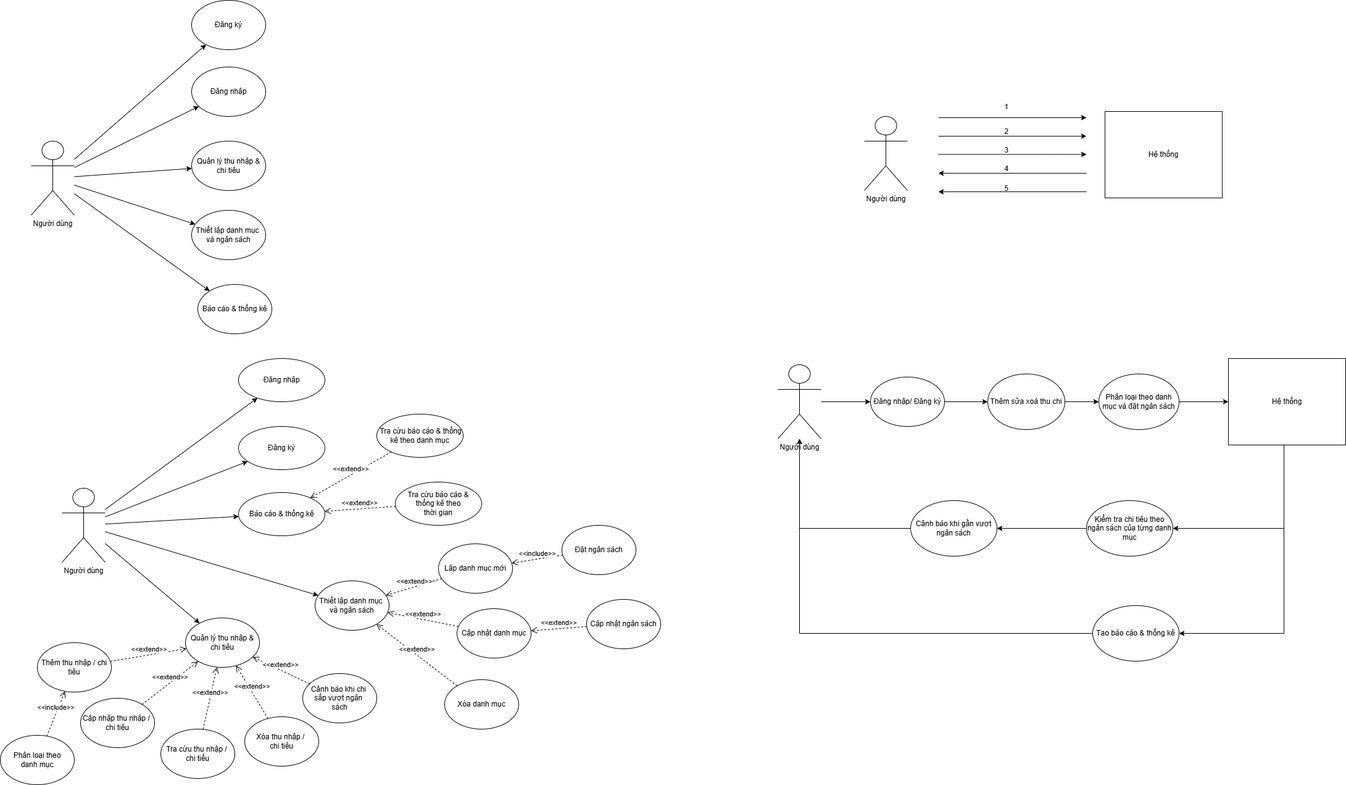
Earlier version of the draw.io export QuanLyChiTieuCN.drawio.png (huyga1185/quanLyKTX_22CT4). Source tidied: cells renumbered, new cells last; positions are measured from the earlier drawing's top-left corner, leaving out a move shared by most shapes.
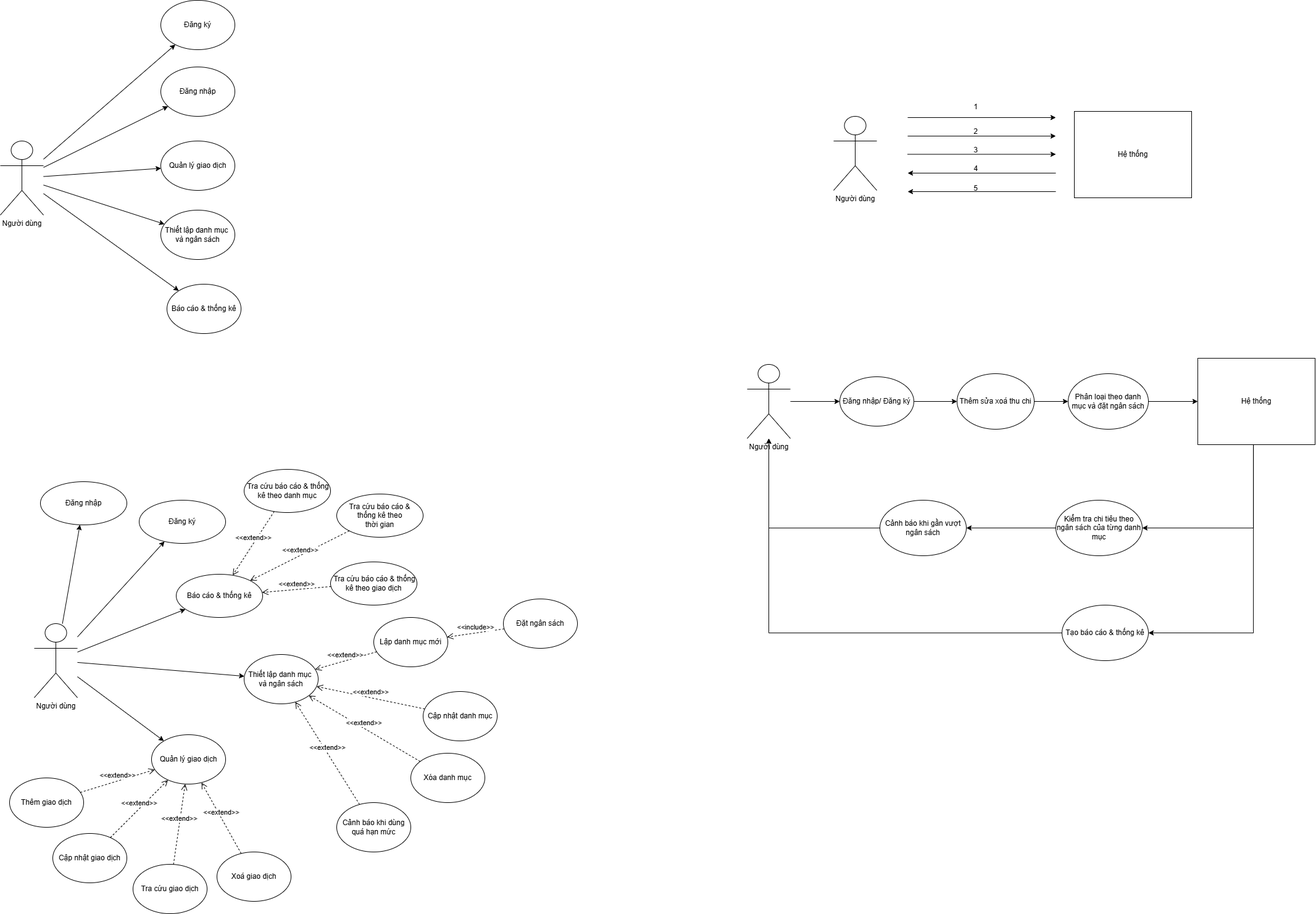
After the change.

What changed in the source:
```diff
@@ -118,7 +118,7 @@
     <mxCell id="32" value="Đăng nhập" style="ellipse;whiteSpace=wrap;html=1;" parent="1" vertex="1">
       <mxGeometry x="310" y="108" width="120" height="80" as="geometry" />
     </mxCell>
-    <mxCell id="33" value="Quản lý thu nhập &amp;amp;&lt;br&gt;chi tiêu" style="ellipse;whiteSpace=wrap;html=1;" parent="1" vertex="1">
+    <mxCell id="33" value="Quản lý giao dịch" style="ellipse;whiteSpace=wrap;html=1;" parent="1" vertex="1">
       <mxGeometry x="310" y="228" width="120" height="80" as="geometry" />
     </mxCell>
     <mxCell id="34" value="Thiết lập danh mục&amp;nbsp;&lt;br&gt;và ngân sách" style="ellipse;whiteSpace=wrap;html=1;" parent="1" vertex="1">
@@ -146,47 +146,41 @@
       <mxGeometry relative="1" as="geometry" />
     </mxCell>
     <mxCell id="42" value="Người dùng" style="shape=umlActor;verticalLabelPosition=bottom;verticalAlign=top;html=1;outlineConnect=0;" parent="1" vertex="1">
-      <mxGeometry x="100" y="790" width="70" height="120" as="geometry" />
+      <mxGeometry x="105" y="1010" width="70" height="120" as="geometry" />
     </mxCell>
-    <mxCell id="43" value="Quản lý thu nhập &amp;amp;&lt;br&gt;chi tiêu" style="ellipse;whiteSpace=wrap;html=1;" parent="1" vertex="1">
-      <mxGeometry x="300" y="1000" width="120" height="80" as="geometry" />
+    <mxCell id="43" value="Quản lý giao dịch" style="ellipse;whiteSpace=wrap;html=1;" parent="1" vertex="1">
+      <mxGeometry x="295" y="1190" width="120" height="80" as="geometry" />
     </mxCell>
     <mxCell id="44" value="Thiết lập danh mục&amp;nbsp;&lt;br&gt;và ngân sách" style="ellipse;whiteSpace=wrap;html=1;" parent="1" vertex="1">
-      <mxGeometry x="510" y="940" width="120" height="80" as="geometry" />
+      <mxGeometry x="445" y="1060" width="120" height="80" as="geometry" />
     </mxCell>
     <mxCell id="45" style="endArrow=classic;html=1;rounded=0;" parent="1" edge="1" source="42" target="44">
       <mxGeometry relative="1" as="geometry" />
     </mxCell>
     <mxCell id="46" value="Lập danh mục mới" style="ellipse;whiteSpace=wrap;html=1;" parent="1" vertex="1">
-      <mxGeometry x="710" y="880" width="120" height="80" as="geometry" />
+      <mxGeometry x="655" y="1000" width="120" height="80" as="geometry" />
     </mxCell>
     <mxCell id="47" value="Đặt ngân sách" style="ellipse;whiteSpace=wrap;html=1;" parent="1" vertex="1">
-      <mxGeometry x="910" y="850" width="120" height="80" as="geometry" />
+      <mxGeometry x="865" y="970" width="120" height="80" as="geometry" />
     </mxCell>
-    <mxCell id="48" value="Thêm thu nhập / chi tiêu" style="ellipse;whiteSpace=wrap;html=1;" parent="1" vertex="1">
-      <mxGeometry x="60" y="1040" width="120" height="80" as="geometry" />
+    <mxCell id="48" value="Thêm giao dịch" style="ellipse;whiteSpace=wrap;html=1;" parent="1" vertex="1">
+      <mxGeometry x="65" y="1260" width="120" height="80" as="geometry" />
     </mxCell>
     <mxCell id="49" style="endArrow=classic;html=1;rounded=0;" parent="1" edge="1" source="42" target="43">
       <mxGeometry relative="1" as="geometry" />
     </mxCell>
-    <mxCell id="50" value="Cập nhập thu nhập /&amp;nbsp;&lt;br&gt;chi tiêu" style="ellipse;whiteSpace=wrap;html=1;" parent="1" vertex="1">
-      <mxGeometry x="130" y="1130" width="120" height="80" as="geometry" />
+    <mxCell id="50" value="Cập nhật giao dịch" style="ellipse;whiteSpace=wrap;html=1;" parent="1" vertex="1">
+      <mxGeometry x="135" y="1350" width="120" height="80" as="geometry" />
     </mxCell>
-    <mxCell id="51" value="Tra cứu thu nhập /&amp;nbsp;&lt;br&gt;chi tiếu" style="ellipse;whiteSpace=wrap;html=1;" parent="1" vertex="1">
-      <mxGeometry x="260" y="1180" width="120" height="80" as="geometry" />
+    <mxCell id="51" value="Tra cứu giao dịch" style="ellipse;whiteSpace=wrap;html=1;" parent="1" vertex="1">
+      <mxGeometry x="265" y="1400" width="120" height="80" as="geometry" />
     </mxCell>
-    <mxCell id="52" value="Xóa thu nhập /&amp;nbsp;&lt;br&gt;chi tiêu" style="ellipse;whiteSpace=wrap;html=1;" parent="1" vertex="1">
-      <mxGeometry x="396" y="1160" width="120" height="80" as="geometry" />
+    <mxCell id="52" value="Xoá giao dịch" style="ellipse;whiteSpace=wrap;html=1;" parent="1" vertex="1">
+      <mxGeometry x="401" y="1380" width="120" height="80" as="geometry" />
     </mxCell>
-    <mxCell id="53" value="Phân loại theo&lt;br&gt;danh mục" style="ellipse;whiteSpace=wrap;html=1;" parent="1" vertex="1">
-      <mxGeometry y="1190" width="120" height="80" as="geometry" />
-    </mxCell>
     <mxCell id="54" value="&amp;lt;&amp;lt;extend&amp;gt;&amp;gt;" style="html=1;verticalAlign=bottom;endArrow=open;dashed=1;endSize=8;curved=0;rounded=0;" parent="1" edge="1" source="51" target="43">
       <mxGeometry relative="1" as="geometry" />
     </mxCell>
-    <mxCell id="55" value="&amp;lt;&amp;lt;include&amp;gt;&amp;gt;" style="html=1;verticalAlign=bottom;endArrow=open;dashed=1;endSize=8;curved=0;rounded=0;" parent="1" edge="1" source="53" target="48">
-      <mxGeometry relative="1" as="geometry" />
-    </mxCell>
     <mxCell id="56" value="&amp;lt;&amp;lt;extend&amp;gt;&amp;gt;" style="html=1;verticalAlign=bottom;endArrow=open;dashed=1;endSize=8;curved=0;rounded=0;" parent="1" edge="1" source="50" target="43">
       <mxGeometry relative="1" as="geometry" />
     </mxCell>
@@ -203,19 +197,19 @@
       <mxGeometry relative="1" as="geometry" />
     </mxCell>
     <mxCell id="61" value="Đăng nhập" style="ellipse;whiteSpace=wrap;html=1;" parent="1" vertex="1">
-      <mxGeometry x="386" y="580" width="140" height="70" as="geometry" />
+      <mxGeometry x="115" y="780" width="140" height="70" as="geometry" />
     </mxCell>
     <mxCell id="62" value="Đăng ký" style="ellipse;whiteSpace=wrap;html=1;" parent="1" vertex="1">
-      <mxGeometry x="386" y="690" width="140" height="70" as="geometry" />
+      <mxGeometry x="275" y="810" width="140" height="70" as="geometry" />
     </mxCell>
     <mxCell id="63" value="Báo cáo &amp;amp; thống kê" style="ellipse;whiteSpace=wrap;html=1;" parent="1" vertex="1">
-      <mxGeometry x="386" y="797" width="140" height="70" as="geometry" />
+      <mxGeometry x="335" y="930" width="140" height="70" as="geometry" />
     </mxCell>
     <mxCell id="64" value="Tra cứu báo cáo &amp;amp; &lt;br&gt;thống kê theo&lt;br&gt;thời gian" style="ellipse;whiteSpace=wrap;html=1;" parent="1" vertex="1">
-      <mxGeometry x="640" y="780" width="140" height="70" as="geometry" />
+      <mxGeometry x="595" y="800" width="140" height="70" as="geometry" />
     </mxCell>
     <mxCell id="65" value="&amp;nbsp;Tra cứu báo cáo &amp;amp; thống kê theo danh mục" style="ellipse;whiteSpace=wrap;html=1;" parent="1" vertex="1">
-      <mxGeometry x="610" y="670" width="140" height="70" as="geometry" />
+      <mxGeometry x="445" y="760" width="140" height="70" as="geometry" />
     </mxCell>
     <mxCell id="66" style="endArrow=classic;html=1;rounded=0;" parent="1" edge="1" source="42" target="63">
       <mxGeometry relative="1" as="geometry" />
@@ -233,28 +227,28 @@
       <mxGeometry relative="1" as="geometry" />
     </mxCell>
     <mxCell id="71" value="Cập nhật danh mục" style="ellipse;whiteSpace=wrap;html=1;" parent="1" vertex="1">
-      <mxGeometry x="740" y="985" width="120" height="80" as="geometry" />
+      <mxGeometry x="735" y="1120" width="120" height="80" as="geometry" />
     </mxCell>
-    <mxCell id="72" value="Cập nhật ngân sách" style="ellipse;whiteSpace=wrap;html=1;" parent="1" vertex="1">
-      <mxGeometry x="950" y="970" width="120" height="80" as="geometry" />
-    </mxCell>
     <mxCell id="73" value="&amp;lt;&amp;lt;extend&amp;gt;&amp;gt;" style="html=1;verticalAlign=bottom;endArrow=open;dashed=1;endSize=8;curved=0;rounded=0;" parent="1" edge="1" source="71" target="44">
       <mxGeometry relative="1" as="geometry" />
     </mxCell>
-    <mxCell id="74" value="&amp;lt;&amp;lt;extend&amp;gt;&amp;gt;" style="html=1;verticalAlign=bottom;endArrow=open;dashed=1;endSize=8;curved=0;rounded=0;" parent="1" edge="1" source="72" target="71">
-      <mxGeometry relative="1" as="geometry" />
-    </mxCell>
     <mxCell id="75" value="Xóa danh mục" style="ellipse;whiteSpace=wrap;html=1;" parent="1" vertex="1">
-      <mxGeometry x="720" y="1100" width="120" height="80" as="geometry" />
+      <mxGeometry x="715" y="1220" width="120" height="80" as="geometry" />
     </mxCell>
     <mxCell id="76" value="&amp;lt;&amp;lt;extend&amp;gt;&amp;gt;" style="html=1;verticalAlign=bottom;endArrow=open;dashed=1;endSize=8;curved=0;rounded=0;" parent="1" edge="1" source="75" target="44">
       <mxGeometry relative="1" as="geometry" />
     </mxCell>
-    <mxCell id="77" value="Cảnh báo khi chi&amp;nbsp;&lt;br&gt;sắp vượt ngân&amp;nbsp;&lt;br&gt;sách" style="ellipse;whiteSpace=wrap;html=1;" parent="1" vertex="1">
-      <mxGeometry x="490" y="1090" width="120" height="80" as="geometry" />
+    <mxCell id="77" value="Cảnh báo khi dùng&lt;br&gt;quá hạn mức" style="ellipse;whiteSpace=wrap;html=1;" parent="1" vertex="1">
+      <mxGeometry x="595" y="1300" width="120" height="80" as="geometry" />
     </mxCell>
-    <mxCell id="78" value="&amp;lt;&amp;lt;extend&amp;gt;&amp;gt;" style="html=1;verticalAlign=bottom;endArrow=open;dashed=1;endSize=8;curved=0;rounded=0;" parent="1" edge="1" source="77" target="43">
+    <mxCell id="78" value="&amp;lt;&amp;lt;extend&amp;gt;&amp;gt;" style="html=1;verticalAlign=bottom;endArrow=open;dashed=1;endSize=8;curved=0;rounded=0;" parent="1" edge="1" source="77" target="44">
       <mxGeometry relative="1" as="geometry" />
     </mxCell>
+    <mxCell id="79" value="&amp;nbsp;Tra cứu báo cáo &amp;amp; thống kê theo giao dịch" style="ellipse;whiteSpace=wrap;html=1;" parent="1" vertex="1">
+      <mxGeometry x="585" y="910" width="140" height="70" as="geometry" />
+    </mxCell>
+    <mxCell id="74" value="&amp;lt;&amp;lt;extend&amp;gt;&amp;gt;" style="html=1;verticalAlign=bottom;endArrow=open;dashed=1;endSize=8;curved=0;rounded=0;" parent="1" edge="1" source="79" target="63">
+      <mxGeometry relative="1" as="geometry" />
+    </mxCell>
   </root>
 </mxGraphModel>
```
